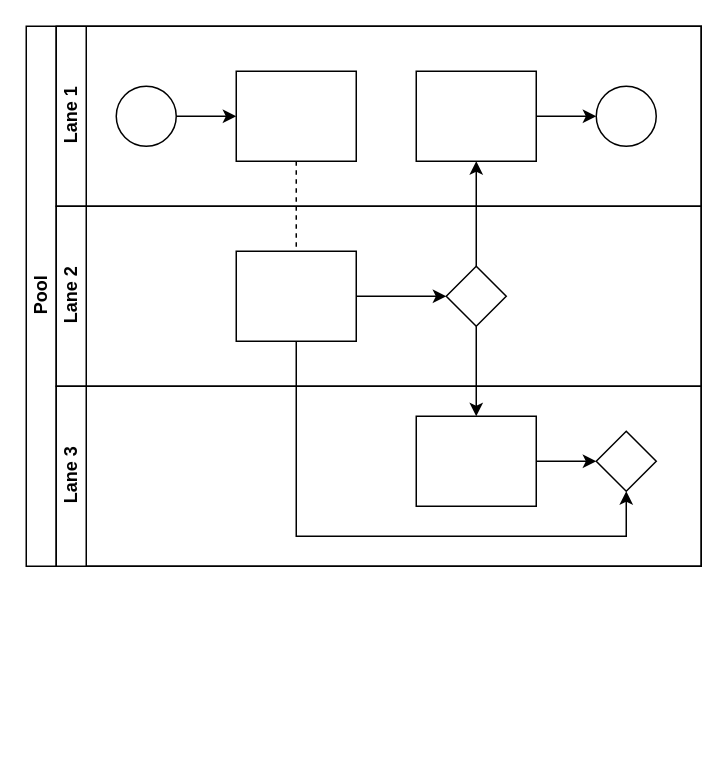
kay-squared/PyTorchLearn keeps this draw.io diagram as Unbenanntes Diagramm.drawio. Above is the earlier version. Source tidied: cells renumbered, new cells numbered last; positions are measured from the earlier drawing's top-left corner, leaving out a move shared by most shapes. Both pictures are drawn from the tidied source at 150%, with x=0, y=0 at pixel (26, 26).
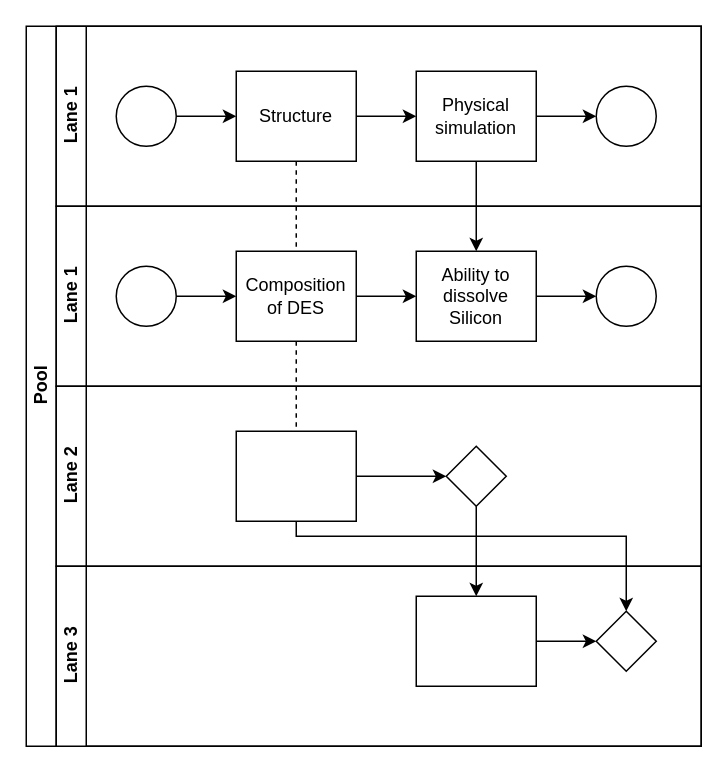
After the change.

The change refers to these unchanged cells:
```xml
<mxCell id="7" value="Lane 1" style="swimlane;html=1;startSize=20;horizontal=0;" parent="2" vertex="1">
  <mxGeometry x="20" width="430" height="120" as="geometry" />
</mxCell>
<mxCell id="17" style="rhombus;whiteSpace=wrap;html=1;fontFamily=Helvetica;fontSize=12;fontColor=#000000;align=center;" parent="14" vertex="1">
  <mxGeometry x="260" y="40" width="40" height="40" as="geometry" />
</mxCell>
```

Diff of the diagram source:
```diff
@@
     <mxCell id="2" value="Pool" style="swimlane;html=1;horizontal=0;startSize=20;" parent="1" vertex="1">
-      <mxGeometry width="450" height="360" as="geometry" />
+      <mxGeometry width="450" height="480" as="geometry" />
     </mxCell>
@@
-    <mxCell id="4" style="edgeStyle=orthogonalEdgeStyle;rounded=0;jettySize=auto;html=1;endArrow=classic;endFill=1;" parent="2" edge="1" source="17" target="12">
-      <mxGeometry relative="1" as="geometry" />
-    </mxCell>
@@
+    <mxCell id="22" style="edgeStyle=orthogonalEdgeStyle;rounded=0;jettySize=auto;html=1;" parent="7" edge="1" source="10" target="12">
+      <mxGeometry relative="1" as="geometry" />
+    </mxCell>
-    <mxCell id="10" style="rounded=0;whiteSpace=wrap;html=1;fontFamily=Helvetica;fontSize=12;fontColor=#000000;align=center;" parent="7" vertex="1">
+    <mxCell id="10" value="Structure" style="rounded=0;whiteSpace=wrap;html=1;fontFamily=Helvetica;fontSize=12;fontColor=#000000;align=center;" parent="7" vertex="1">
       <mxGeometry x="120" y="30" width="80" height="60" as="geometry" />
     </mxCell>
@@
-    <mxCell id="12" style="rounded=0;whiteSpace=wrap;html=1;fontFamily=Helvetica;fontSize=12;fontColor=#000000;align=center;" parent="7" vertex="1">
+    <mxCell id="12" value="Physical simulation" style="rounded=0;whiteSpace=wrap;html=1;fontFamily=Helvetica;fontSize=12;fontColor=#000000;align=center;" parent="7" vertex="1">
       <mxGeometry x="240" y="30" width="80" height="60" as="geometry" />
     </mxCell>
@@
+    <mxCell id="23" value="Lane 1" style="swimlane;html=1;startSize=20;horizontal=0;" parent="2" vertex="1">
+      <mxGeometry x="20" y="120" width="430" height="120" as="geometry" />
+    </mxCell>
+    <mxCell id="24" style="edgeStyle=orthogonalEdgeStyle;rounded=0;jettySize=auto;html=1;" parent="23" edge="1" source="25" target="27">
+      <mxGeometry relative="1" as="geometry" />
+    </mxCell>
+    <mxCell id="25" style="ellipse;whiteSpace=wrap;html=1;" parent="23" vertex="1">
+      <mxGeometry x="40" y="40" width="40" height="40" as="geometry" />
+    </mxCell>
+    <mxCell id="26" style="edgeStyle=orthogonalEdgeStyle;rounded=0;jettySize=auto;html=1;" parent="23" edge="1" source="27" target="29">
+      <mxGeometry relative="1" as="geometry" />
+    </mxCell>
+    <mxCell id="27" value="Composition of DES" style="rounded=0;whiteSpace=wrap;html=1;fontFamily=Helvetica;fontSize=12;fontColor=#000000;align=center;" parent="23" vertex="1">
+      <mxGeometry x="120" y="30" width="80" height="60" as="geometry" />
+    </mxCell>
+    <mxCell id="28" style="edgeStyle=orthogonalEdgeStyle;rounded=0;jettySize=auto;html=1;endArrow=classic;endFill=1;" parent="23" edge="1" source="29" target="30">
+      <mxGeometry relative="1" as="geometry" />
+    </mxCell>
+    <mxCell id="29" value="Ability to dissolve Silicon" style="rounded=0;whiteSpace=wrap;html=1;fontFamily=Helvetica;fontSize=12;fontColor=#000000;align=center;" parent="23" vertex="1">
+      <mxGeometry x="240" y="30" width="80" height="60" as="geometry" />
+    </mxCell>
+    <mxCell id="30" style="ellipse;whiteSpace=wrap;html=1;" parent="23" vertex="1">
+      <mxGeometry x="360" y="40" width="40" height="40" as="geometry" />
+    </mxCell>
     <mxCell id="14" value="Lane 2" style="swimlane;html=1;startSize=20;horizontal=0;" parent="2" vertex="1">
-      <mxGeometry x="20" y="120" width="430" height="120" as="geometry" />
+      <mxGeometry x="20" y="240" width="430" height="120" as="geometry" />
     </mxCell>
@@
     <mxCell id="18" value="Lane 3" style="swimlane;html=1;startSize=20;horizontal=0;" parent="2" vertex="1">
-      <mxGeometry x="20" y="240" width="430" height="120" as="geometry" />
+      <mxGeometry x="20" y="360" width="430" height="120" as="geometry" />
     </mxCell>
@@
+    <mxCell id="31" style="edgeStyle=orthogonalEdgeStyle;rounded=0;jettySize=auto;html=1;" parent="2" edge="1" source="12" target="29">
+      <mxGeometry relative="1" as="geometry" />
+    </mxCell>
```
